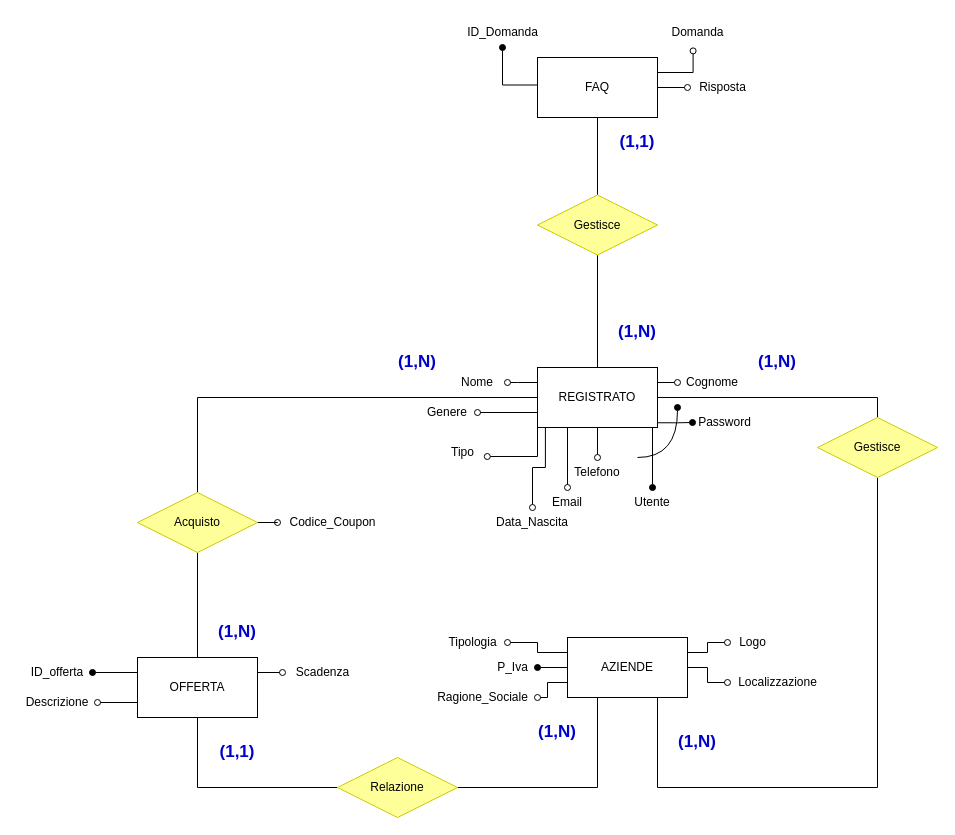
Above: Schemi/Schema_DB/DB_Progetto.drawio in MatteoSeresi/ProgettoWeb16 (draw.io), before the change. Source tidied: cells renumbered, new cells numbered last; positions are measured from the earlier drawing's top-left corner, leaving out a move shared by most shapes. Both pictures are drawn from the tidied source at 100%, with x=0, y=0 at pixel (17, 17).
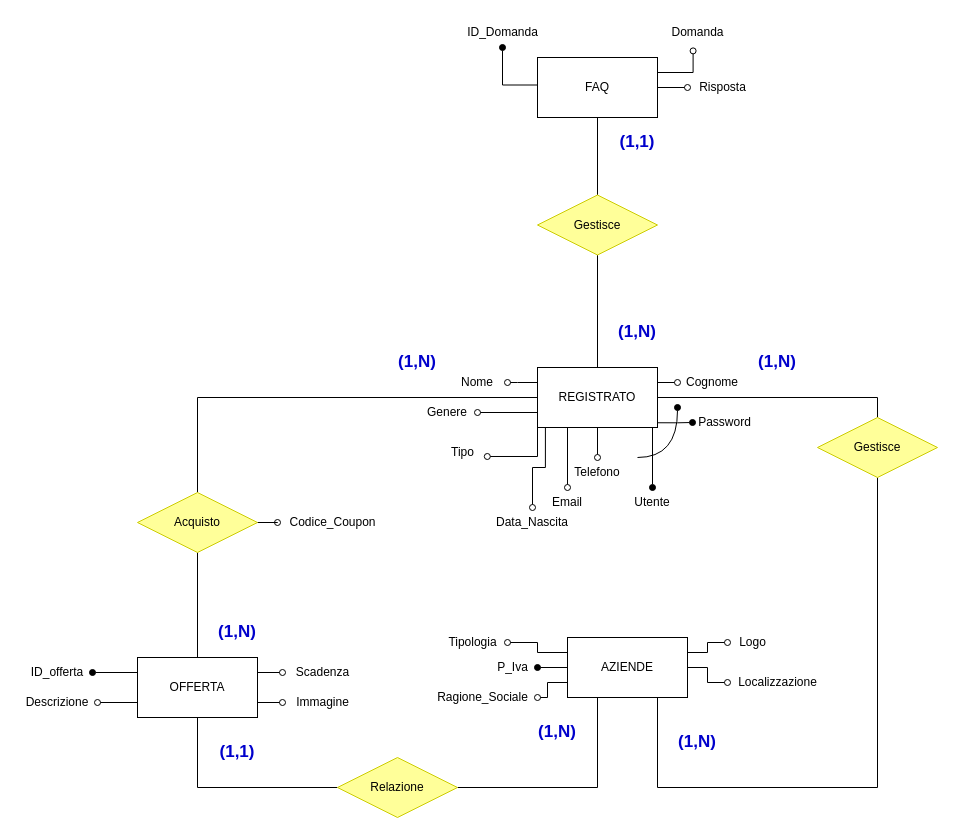
Above is the later version.

Commit message (it also covers changes not shown here):
Immagine in offerta

The change refers to these unchanged cells:
```xml
<mxCell id="26" value="OFFERTA" style="rounded=0;whiteSpace=wrap;html=1;" parent="1" vertex="1">
  <mxGeometry x="120" y="640" width="120" height="60" as="geometry" />
</mxCell>
```

Diff of the diagram source:
```diff
@@
+    <mxCell id="69" style="edgeStyle=orthogonalEdgeStyle;rounded=0;jettySize=auto;html=1;exitX=1;exitY=0.75;exitDx=0;exitDy=0;endArrow=oval;endFill=0;" parent="1" edge="1" source="26" target="70">
+      <mxGeometry relative="1" as="geometry">
+        <Array as="points">
+          <mxPoint x="280" y="685" />
+          <mxPoint x="280" y="685" />
+        </Array>
+      </mxGeometry>
+    </mxCell>
@@
+    <mxCell id="70" value="Immagine" style="text;html=1;align=center;verticalAlign=middle;points=[];strokeColor=none;fillColor=none;" parent="1" vertex="1">
+      <mxGeometry x="265" y="670" width="80" height="30" as="geometry" />
+    </mxCell>
```
